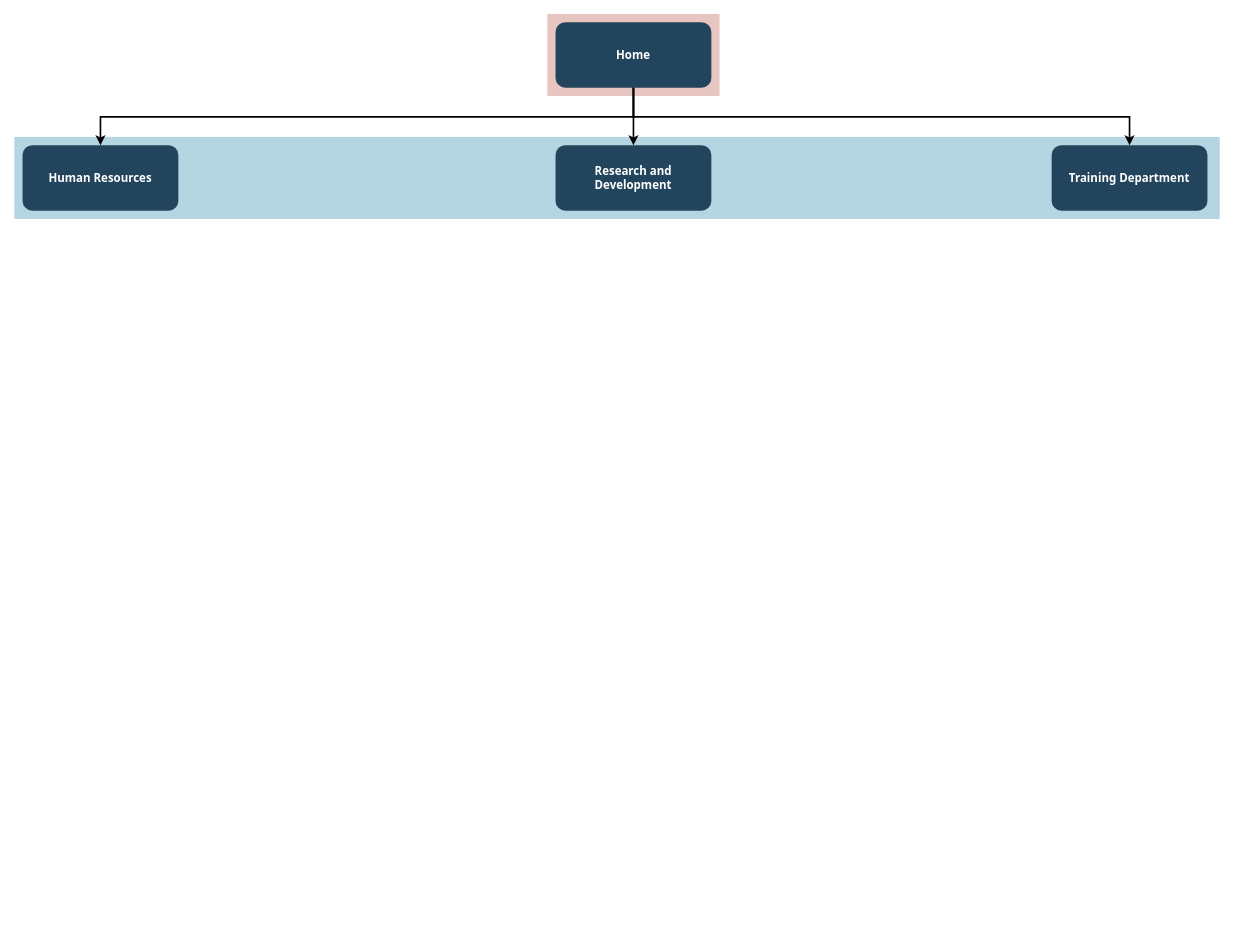
Before: AutoLendSys.drawio in vishnu-hustle/hustlers-app, a draw.io diagram. Source tidied: cells renumbered, new cells numbered last; positions are measured from the earlier drawing's top-left corner, leaving out a move shared by most shapes. Both pictures are drawn from the tidied source at 82%, with x=0, y=0 at pixel (14, 14).
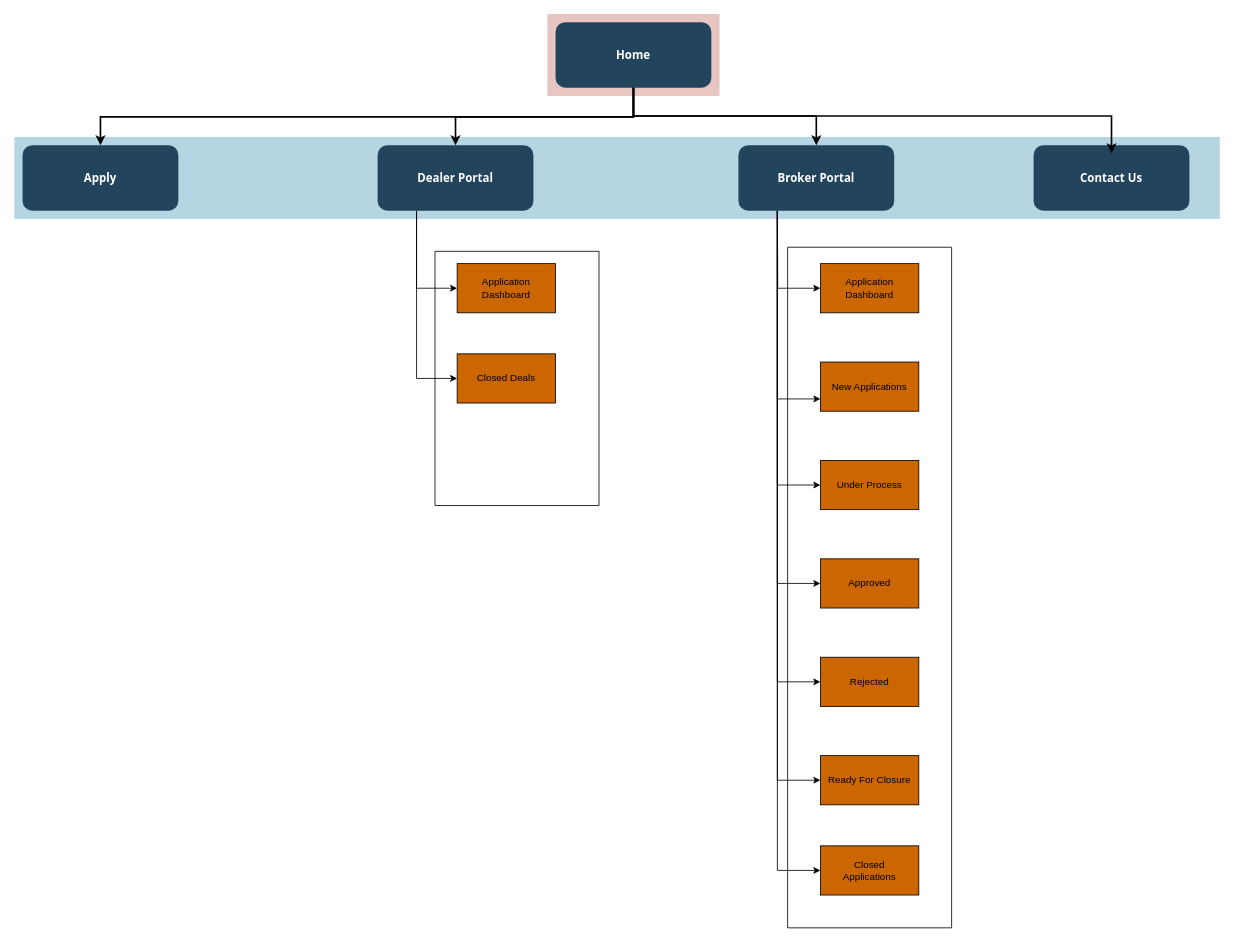
The same page after the edit.

Unchanged cells that the change refers to:
```xml
<mxCell id="4" value="Home" style="rounded=1;fillColor=#23445D;gradientColor=none;strokeColor=none;fontColor=#FFFFFF;fontStyle=1;fontFamily=Tahoma;fontSize=14;" parent="1" vertex="1">
  <mxGeometry x="660" y="9.5" width="190" height="80" as="geometry" />
</mxCell>
```

The edit, as a diff of the source:
```diff
@@
+    <mxCell id="11" style="edgeStyle=orthogonalEdgeStyle;rounded=0;jettySize=auto;html=1;exitX=0.25;exitY=1;exitDx=0;exitDy=0;entryX=0;entryY=0.5;entryDx=0;entryDy=0;" parent="1" edge="1" source="5" target="24">
+      <mxGeometry relative="1" as="geometry" />
+    </mxCell>
+    <mxCell id="12" style="edgeStyle=orthogonalEdgeStyle;rounded=0;jettySize=auto;html=1;exitX=0.25;exitY=1;exitDx=0;exitDy=0;entryX=0;entryY=0.5;entryDx=0;entryDy=0;" parent="1" edge="1" source="5" target="22">
+      <mxGeometry relative="1" as="geometry" />
+    </mxCell>
+    <mxCell id="13" style="edgeStyle=orthogonalEdgeStyle;rounded=0;jettySize=auto;html=1;exitX=0.25;exitY=1;exitDx=0;exitDy=0;entryX=0;entryY=0.5;entryDx=0;entryDy=0;" parent="1" edge="1" source="5" target="26">
+      <mxGeometry relative="1" as="geometry" />
+    </mxCell>
+    <mxCell id="14" style="edgeStyle=orthogonalEdgeStyle;rounded=0;jettySize=auto;html=1;exitX=0.25;exitY=1;exitDx=0;exitDy=0;entryX=0;entryY=0.5;entryDx=0;entryDy=0;" parent="1" edge="1" source="5" target="25">
+      <mxGeometry relative="1" as="geometry" />
+    </mxCell>
+    <mxCell id="15" style="edgeStyle=orthogonalEdgeStyle;rounded=0;jettySize=auto;html=1;exitX=0.25;exitY=1;exitDx=0;exitDy=0;entryX=0;entryY=0.5;entryDx=0;entryDy=0;" parent="1" edge="1" source="5" target="27">
+      <mxGeometry relative="1" as="geometry" />
+    </mxCell>
+    <mxCell id="16" style="edgeStyle=orthogonalEdgeStyle;rounded=0;jettySize=auto;html=1;exitX=0.25;exitY=1;exitDx=0;exitDy=0;entryX=0;entryY=0.75;entryDx=0;entryDy=0;" parent="1" edge="1" source="5" target="21">
+      <mxGeometry relative="1" as="geometry" />
+    </mxCell>
-    <mxCell id="5" value="Training Department" style="rounded=1;fillColor=#23445D;gradientColor=none;strokeColor=none;fontColor=#FFFFFF;fontStyle=1;fontFamily=Tahoma;fontSize=14;" parent="1" vertex="1">
-      <mxGeometry x="1265" y="159.5" width="190" height="80" as="geometry" />
+    <mxCell id="5" value="Broker Portal" style="rounded=1;fillColor=#23445D;gradientColor=none;strokeColor=none;fontColor=#FFFFFF;fontStyle=1;fontFamily=Tahoma;fontSize=14;" parent="1" vertex="1">
+      <mxGeometry x="883" y="159.5" width="190" height="80" as="geometry" />
     </mxCell>
     <mxCell id="6" style="edgeStyle=elbowEdgeStyle;elbow=vertical;strokeWidth=2;rounded=0;" parent="1" edge="1" source="4" target="5">
-      <mxGeometry x="337" y="215.5" as="geometry" />
+      <mxGeometry x="337" y="215.5" as="geometry">
+        <Array as="points">
+          <mxPoint x="978" y="124" />
+        </Array>
+      </mxGeometry>
     </mxCell>
+    <mxCell id="17" style="edgeStyle=orthogonalEdgeStyle;rounded=0;jettySize=auto;html=1;exitX=0.25;exitY=1;exitDx=0;exitDy=0;entryX=0;entryY=0.5;entryDx=0;entryDy=0;" parent="1" edge="1" source="7" target="31">
+      <mxGeometry relative="1" as="geometry" />
+    </mxCell>
+    <mxCell id="18" style="edgeStyle=orthogonalEdgeStyle;rounded=0;jettySize=auto;html=1;exitX=0.25;exitY=1;exitDx=0;exitDy=0;entryX=0;entryY=0.5;entryDx=0;entryDy=0;" parent="1" edge="1" source="7" target="30">
+      <mxGeometry relative="1" as="geometry" />
+    </mxCell>
-    <mxCell id="7" value="Research and &#10;Development" style="rounded=1;fillColor=#23445D;gradientColor=none;strokeColor=none;fontColor=#FFFFFF;fontStyle=1;fontFamily=Tahoma;fontSize=14;" parent="1" vertex="1">
-      <mxGeometry x="660" y="159.5" width="190" height="80" as="geometry" />
+    <mxCell id="7" value="Dealer Portal" style="rounded=1;fillColor=#23445D;gradientColor=none;strokeColor=none;fontColor=#FFFFFF;fontStyle=1;fontFamily=Tahoma;fontSize=14;" parent="1" vertex="1">
+      <mxGeometry x="443" y="159.5" width="190" height="80" as="geometry" />
     </mxCell>
-    <mxCell id="8" value="Human Resources" style="rounded=1;fillColor=#23445D;gradientColor=none;strokeColor=none;fontColor=#FFFFFF;fontStyle=1;fontFamily=Tahoma;fontSize=14;" parent="1" vertex="1">
+    <mxCell id="8" value="Apply" style="rounded=1;fillColor=#23445D;gradientColor=none;strokeColor=none;fontColor=#FFFFFF;fontStyle=1;fontFamily=Tahoma;fontSize=14;" parent="1" vertex="1">
       <mxGeometry x="10" y="159.5" width="190" height="80" as="geometry" />
     </mxCell>
@@
+    <mxCell id="19" value="Contact Us" style="rounded=1;fillColor=#23445D;gradientColor=none;strokeColor=none;fontColor=#FFFFFF;fontStyle=1;fontFamily=Tahoma;fontSize=14;" parent="1" vertex="1">
+      <mxGeometry x="1243" y="159.5" width="190" height="80" as="geometry" />
+    </mxCell>
+    <mxCell id="20" style="endArrow=classic;html=1;rounded=0;entryX=0.5;entryY=0;entryDx=0;entryDy=0;exitX=0.5;exitY=1;exitDx=0;exitDy=0;strokeWidth=2;" parent="1" edge="1" source="4">
+      <mxGeometry relative="1" as="geometry">
+        <mxPoint x="1338" y="169.5" as="targetPoint" />
+        <Array as="points">
+          <mxPoint x="755" y="124" />
+          <mxPoint x="1338" y="124" />
+        </Array>
+      </mxGeometry>
+    </mxCell>
+    <mxCell id="21" value="New Applications" style="rounded=0;whiteSpace=wrap;html=1;fillColor=#CC6600;" parent="1" vertex="1">
+      <mxGeometry x="983" y="424" width="120" height="60" as="geometry" />
+    </mxCell>
+    <mxCell id="22" value="Approved" style="rounded=0;whiteSpace=wrap;html=1;fillColor=#CC6600;" parent="1" vertex="1">
+      <mxGeometry x="983" y="664" width="120" height="60" as="geometry" />
+    </mxCell>
+    <mxCell id="23" value="Application Dashboard" style="rounded=0;whiteSpace=wrap;html=1;fillColor=#CC6600;" parent="1" vertex="1">
+      <mxGeometry x="983" y="304" width="120" height="60" as="geometry" />
+    </mxCell>
+    <mxCell id="24" value="Under Process" style="rounded=0;whiteSpace=wrap;html=1;fillColor=#CC6600;" parent="1" vertex="1">
+      <mxGeometry x="983" y="544" width="120" height="60" as="geometry" />
+    </mxCell>
+    <mxCell id="25" value="Ready For Closure" style="rounded=0;whiteSpace=wrap;html=1;fillColor=#CC6600;" parent="1" vertex="1">
+      <mxGeometry x="983" y="904" width="120" height="60" as="geometry" />
+    </mxCell>
+    <mxCell id="26" value="Rejected" style="rounded=0;whiteSpace=wrap;html=1;fillColor=#CC6600;" parent="1" vertex="1">
+      <mxGeometry x="983" y="784" width="120" height="60" as="geometry" />
+    </mxCell>
+    <mxCell id="27" value="Closed&lt;br&gt;Applications" style="rounded=0;whiteSpace=wrap;html=1;fillColor=#CC6600;" parent="1" vertex="1">
+      <mxGeometry x="983" y="1014" width="120" height="60" as="geometry" />
+    </mxCell>
+    <mxCell id="28" style="swimlane;startSize=0;fillColor=#dfd3d3;fillStyle=auto;" parent="1" vertex="1">
+      <mxGeometry x="943" y="284" width="200" height="830" as="geometry" />
+    </mxCell>
+    <mxCell id="29" style="endArrow=classic;html=1;rounded=0;exitX=0.25;exitY=1;exitDx=0;exitDy=0;entryX=0;entryY=0.5;entryDx=0;entryDy=0;" parent="1" edge="1" source="5" target="23">
+      <mxGeometry relative="1" as="geometry">
+        <Array as="points">
+          <mxPoint x="931" y="334" />
+        </Array>
+      </mxGeometry>
+    </mxCell>
+    <mxCell id="30" value="Closed Deals" style="rounded=0;whiteSpace=wrap;html=1;fillColor=#CC6600;" parent="1" vertex="1">
+      <mxGeometry x="540" y="414" width="120" height="60" as="geometry" />
+    </mxCell>
+    <mxCell id="31" value="Application Dashboard" style="rounded=0;whiteSpace=wrap;html=1;fillColor=#CC6600;" parent="1" vertex="1">
+      <mxGeometry x="540" y="304" width="120" height="60" as="geometry" />
+    </mxCell>
+    <mxCell id="32" style="swimlane;startSize=0;" parent="1" vertex="1">
+      <mxGeometry x="513" y="289" width="200" height="310" as="geometry" />
+    </mxCell>
```
